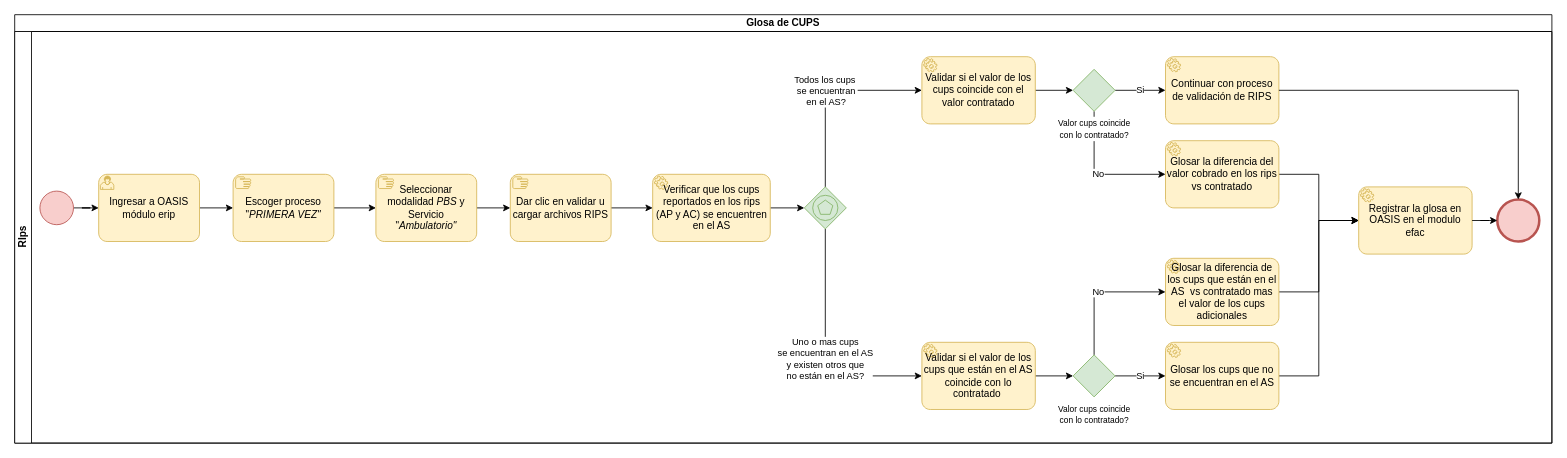
Earlier version of the draw.io diagram Glosar cups con factura diferente a la contratada.drawio (kevinjporto/Diagramas-de-procesos). Source tidied: cells renumbered, new cells numbered last; positions are measured from the earlier drawing's top-left corner, leaving out a move shared by most shapes. Both pictures are drawn from the tidied source at 84%, with x=0, y=0 at pixel (14, 14).
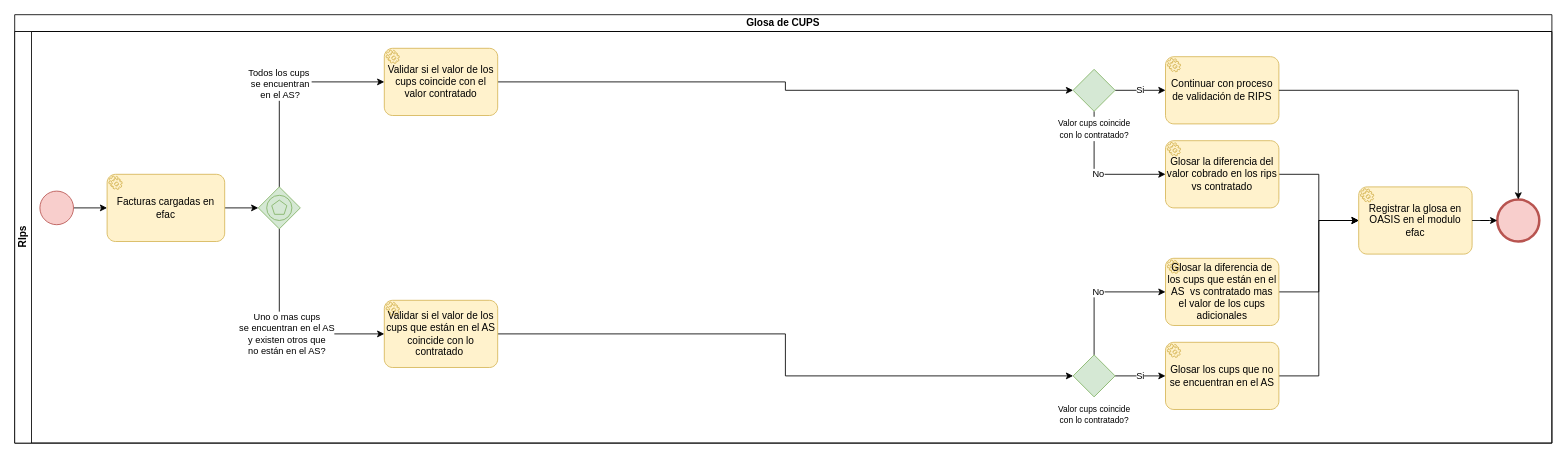
The same page after the edit.

The change refers to these unchanged cells:
```xml
<mxCell id="3" value="RIps" style="swimlane;html=1;startSize=20;horizontal=0;" parent="2" vertex="1">
  <mxGeometry y="20" width="1830" height="490" as="geometry" />
</mxCell>
<mxCell id="5" style="points=[[0.145,0.145,0],[0.5,0,0],[0.855,0.145,0],[1,0.5,0],[0.855,0.855,0],[0.5,1,0],[0.145,0.855,0],[0,0.5,0]];shape=mxgraph.bpmn.event;html=1;verticalLabelPosition=bottom;labelBackgroundColor=#ffffff;verticalAlign=top;align=center;perimeter=ellipsePerimeter;outlineConnect=0;outline=standard;symbol=general;fillColor=#f8cecc;strokeColor=#b85450;" parent="3" vertex="1">
  <mxGeometry x="30" y="190" width="40" height="40" as="geometry" />
</mxCell>
```

The edit, as a diff of the source:
```diff
@@
-    <mxCell id="4" style="edgeStyle=orthogonalEdgeStyle;rounded=0;jettySize=auto;html=1;entryX=0;entryY=0.5;entryDx=0;entryDy=0;entryPerimeter=0;" parent="3" edge="1" source="5" target="10">
+    <mxCell id="4" style="edgeStyle=orthogonalEdgeStyle;rounded=0;jettySize=auto;html=1;" parent="3" edge="1" source="5" target="15">
       <mxGeometry relative="1" as="geometry" />
     </mxCell>
@@
-    <mxCell id="6" style="edgeStyle=orthogonalEdgeStyle;rounded=0;jettySize=auto;html=1;exitX=1;exitY=0.5;exitDx=0;exitDy=0;exitPerimeter=0;entryX=0;entryY=0.5;entryDx=0;entryDy=0;entryPerimeter=0;" parent="3" edge="1" source="11" target="13">
-      <mxGeometry relative="1" as="geometry" />
-    </mxCell>
-    <mxCell id="7" style="edgeStyle=orthogonalEdgeStyle;rounded=0;jettySize=auto;html=1;entryX=0;entryY=0.5;entryDx=0;entryDy=0;entryPerimeter=0;" parent="3" edge="1" source="8" target="11">
-      <mxGeometry relative="1" as="geometry" />
-    </mxCell>
-    <mxCell id="8" value="Escoger proceso &quot;&lt;i&gt;PRIMERA VEZ&quot;&lt;/i&gt;" style="points=[[0.25,0,0],[0.5,0,0],[0.75,0,0],[1,0.25,0],[1,0.5,0],[1,0.75,0],[0.75,1,0],[0.5,1,0],[0.25,1,0],[0,0.75,0],[0,0.5,0],[0,0.25,0]];shape=mxgraph.bpmn.task;whiteSpace=wrap;rectStyle=rounded;size=10;html=1;taskMarker=manual;fillColor=#fff2cc;strokeColor=#d6b656;" parent="3" vertex="1">
-      <mxGeometry x="260" y="170" width="120" height="80" as="geometry" />
-    </mxCell>
-    <mxCell id="9" style="edgeStyle=orthogonalEdgeStyle;rounded=0;jettySize=auto;html=1;" parent="3" edge="1" source="10" target="8">
-      <mxGeometry relative="1" as="geometry" />
-    </mxCell>
-    <mxCell id="10" value="Ingresar a OASIS módulo erip" style="points=[[0.25,0,0],[0.5,0,0],[0.75,0,0],[1,0.25,0],[1,0.5,0],[1,0.75,0],[0.75,1,0],[0.5,1,0],[0.25,1,0],[0,0.75,0],[0,0.5,0],[0,0.25,0]];shape=mxgraph.bpmn.task;whiteSpace=wrap;rectStyle=rounded;size=10;html=1;taskMarker=user;fillColor=#fff2cc;strokeColor=#d6b656;" parent="3" vertex="1">
-      <mxGeometry x="100" y="170" width="120" height="80" as="geometry" />
-    </mxCell>
-    <mxCell id="11" value="Seleccionar modalidad &lt;i&gt;PBS &lt;/i&gt;y Servicio &quot;&lt;i&gt;Ambulatorio&quot;&lt;/i&gt;" style="points=[[0.25,0,0],[0.5,0,0],[0.75,0,0],[1,0.25,0],[1,0.5,0],[1,0.75,0],[0.75,1,0],[0.5,1,0],[0.25,1,0],[0,0.75,0],[0,0.5,0],[0,0.25,0]];shape=mxgraph.bpmn.task;whiteSpace=wrap;rectStyle=rounded;size=10;html=1;taskMarker=manual;fillColor=#fff2cc;strokeColor=#d6b656;" parent="3" vertex="1">
-      <mxGeometry x="430" y="170" width="120" height="80" as="geometry" />
-    </mxCell>
-    <mxCell id="12" style="edgeStyle=orthogonalEdgeStyle;rounded=0;jettySize=auto;html=1;entryX=0;entryY=0.5;entryDx=0;entryDy=0;entryPerimeter=0;" parent="3" edge="1" source="13" target="15">
-      <mxGeometry relative="1" as="geometry" />
-    </mxCell>
-    <mxCell id="13" value="Dar clic en validar u cargar archivos RIPS" style="points=[[0.25,0,0],[0.5,0,0],[0.75,0,0],[1,0.25,0],[1,0.5,0],[1,0.75,0],[0.75,1,0],[0.5,1,0],[0.25,1,0],[0,0.75,0],[0,0.5,0],[0,0.25,0]];shape=mxgraph.bpmn.task;whiteSpace=wrap;rectStyle=rounded;size=10;html=1;taskMarker=manual;fillColor=#fff2cc;strokeColor=#d6b656;" parent="3" vertex="1">
-      <mxGeometry x="590" y="170" width="120" height="80" as="geometry" />
-    </mxCell>
@@
-    <mxCell id="15" value="Verificar que los cups reportados en los rips (AP y AC) se encuentren en el AS" style="points=[[0.25,0,0],[0.5,0,0],[0.75,0,0],[1,0.25,0],[1,0.5,0],[1,0.75,0],[0.75,1,0],[0.5,1,0],[0.25,1,0],[0,0.75,0],[0,0.5,0],[0,0.25,0]];shape=mxgraph.bpmn.task;whiteSpace=wrap;rectStyle=rounded;size=10;html=1;taskMarker=service;fillColor=#fff2cc;strokeColor=#d6b656;" parent="3" vertex="1">
-      <mxGeometry x="759.5" y="170" width="140" height="80" as="geometry" />
+    <mxCell id="15" value="Facturas cargadas en efac" style="points=[[0.25,0,0],[0.5,0,0],[0.75,0,0],[1,0.25,0],[1,0.5,0],[1,0.75,0],[0.75,1,0],[0.5,1,0],[0.25,1,0],[0,0.75,0],[0,0.5,0],[0,0.25,0]];shape=mxgraph.bpmn.task;whiteSpace=wrap;rectStyle=rounded;size=10;html=1;taskMarker=service;fillColor=#fff2cc;strokeColor=#d6b656;" parent="3" vertex="1">
+      <mxGeometry x="110" y="170" width="140" height="80" as="geometry" />
     </mxCell>
@@
     <mxCell id="17" value="Validar si el valor de los cups coincide con el valor contratado" style="points=[[0.25,0,0],[0.5,0,0],[0.75,0,0],[1,0.25,0],[1,0.5,0],[1,0.75,0],[0.75,1,0],[0.5,1,0],[0.25,1,0],[0,0.75,0],[0,0.5,0],[0,0.25,0]];shape=mxgraph.bpmn.task;whiteSpace=wrap;rectStyle=rounded;size=10;html=1;taskMarker=service;fillColor=#fff2cc;strokeColor=#d6b656;" parent="3" vertex="1">
-      <mxGeometry x="1080" y="30" width="135" height="80" as="geometry" />
+      <mxGeometry x="440" y="20" width="135" height="80" as="geometry" />
     </mxCell>
     <mxCell id="18" style="edgeStyle=orthogonalEdgeStyle;rounded=0;jettySize=auto;html=1;entryX=0;entryY=0.5;entryDx=0;entryDy=0;entryPerimeter=0;" parent="3" edge="1" source="21" target="17">
       <mxGeometry relative="1" as="geometry">
         <Array as="points">
-          <mxPoint x="965" y="70" />
+          <mxPoint x="315" y="60" />
         </Array>
       </mxGeometry>
     </mxCell>
@@
     <mxCell id="20" value="Uno o mas cups &lt;br&gt;se encuentran en el AS &lt;br&gt;y existen otros que &lt;br&gt;no están en el AS?" style="edgeStyle=orthogonalEdgeStyle;rounded=0;jettySize=auto;html=1;entryX=0;entryY=0.5;entryDx=0;entryDy=0;entryPerimeter=0;" parent="3" edge="1" source="21" target="23">
       <mxGeometry x="0.07" relative="1" as="geometry">
         <Array as="points">
-          <mxPoint x="965" y="410" />
+          <mxPoint x="315" y="360" />
         </Array>
       </mxGeometry>
     </mxCell>
     <mxCell id="21" style="points=[[0.25,0.25,0],[0.5,0,0],[0.75,0.25,0],[1,0.5,0],[0.75,0.75,0],[0.5,1,0],[0.25,0.75,0],[0,0.5,0]];shape=mxgraph.bpmn.gateway2;html=1;verticalLabelPosition=bottom;labelBackgroundColor=#ffffff;verticalAlign=top;align=center;perimeter=rhombusPerimeter;outlineConnect=0;outline=standard;symbol=multiple;fillColor=#d5e8d4;strokeColor=#82b366;" parent="3" vertex="1">
-      <mxGeometry x="940" y="185" width="50" height="50" as="geometry" />
+      <mxGeometry x="290" y="185" width="50" height="50" as="geometry" />
     </mxCell>
@@
     <mxCell id="23" value="Validar si el valor de los cups que están en el AS coincide con lo contratado&amp;nbsp;" style="points=[[0.25,0,0],[0.5,0,0],[0.75,0,0],[1,0.25,0],[1,0.5,0],[1,0.75,0],[0.75,1,0],[0.5,1,0],[0.25,1,0],[0,0.75,0],[0,0.5,0],[0,0.25,0]];shape=mxgraph.bpmn.task;whiteSpace=wrap;rectStyle=rounded;size=10;html=1;taskMarker=service;fillColor=#fff2cc;strokeColor=#d6b656;" parent="3" vertex="1">
-      <mxGeometry x="1080" y="370" width="135" height="80" as="geometry" />
+      <mxGeometry x="440" y="320" width="135" height="80" as="geometry" />
     </mxCell>
```
